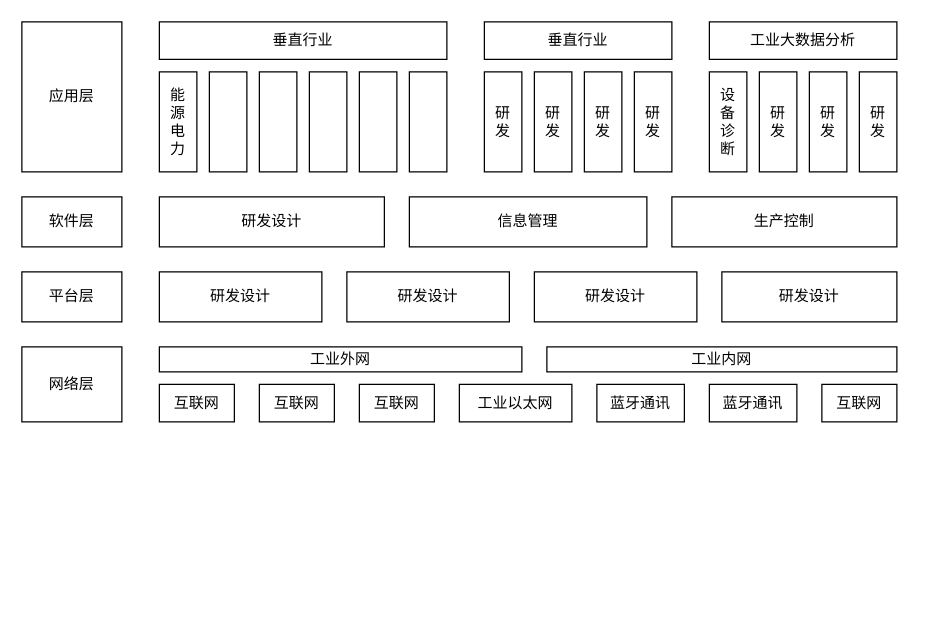
This is draw.io/Untitled Diagram.drawio from Peiiii/notes, a draw.io file, before an edit. Source tidied: cells renumbered, new cells numbered last; positions are measured from the earlier drawing's top-left corner, leaving out a move shared by most shapes. Both pictures are drawn from the tidied source at 125%, with x=0, y=0 at pixel (21, 21).
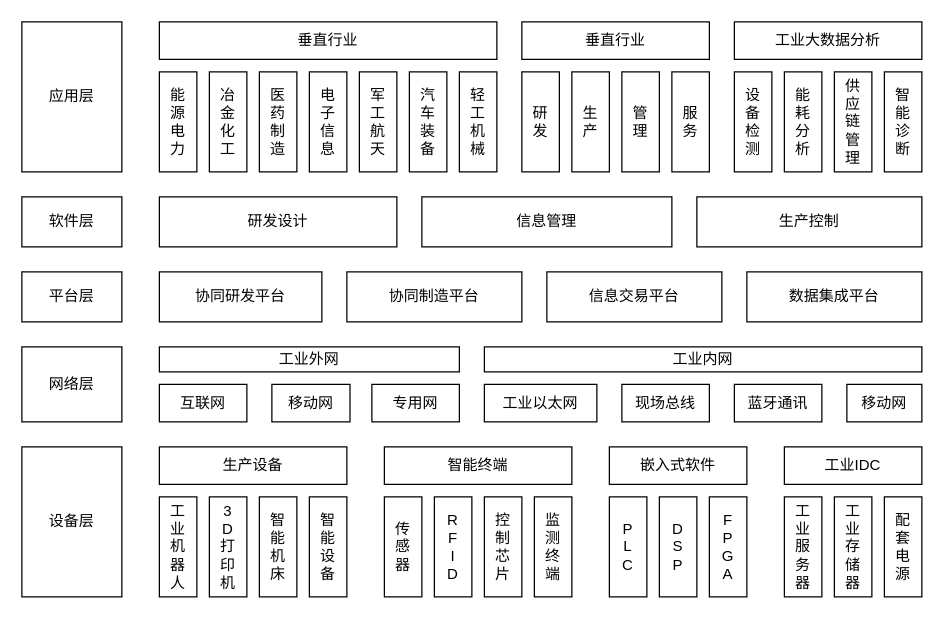
After the change.

The edit, as a diff of the source:
```diff
@@
     <mxCell id="3" value="垂直行业" style="rounded=0;whiteSpace=wrap;html=1;" parent="1" vertex="1">
-      <mxGeometry x="110" width="230" height="30" as="geometry" />
+      <mxGeometry x="110" width="270" height="30" as="geometry" />
     </mxCell>
     <mxCell id="4" value="垂直行业" style="rounded=0;whiteSpace=wrap;html=1;" parent="1" vertex="1">
-      <mxGeometry x="370" width="150" height="30" as="geometry" />
+      <mxGeometry x="400" width="150" height="30" as="geometry" />
     </mxCell>
@@
-    <mxCell id="6" style="rounded=0;whiteSpace=wrap;html=1;" parent="1" vertex="1">
+    <mxCell id="6" value="冶&lt;br&gt;金&lt;br&gt;化&lt;br&gt;工" style="rounded=0;whiteSpace=wrap;html=1;" parent="1" vertex="1">
       <mxGeometry x="150" y="40" width="30" height="80" as="geometry" />
     </mxCell>
-    <mxCell id="7" style="rounded=0;whiteSpace=wrap;html=1;" parent="1" vertex="1">
+    <mxCell id="7" value="医&lt;br&gt;药&lt;br&gt;制&lt;br&gt;造" style="rounded=0;whiteSpace=wrap;html=1;" parent="1" vertex="1">
       <mxGeometry x="190" y="40" width="30" height="80" as="geometry" />
     </mxCell>
-    <mxCell id="8" style="rounded=0;whiteSpace=wrap;html=1;" parent="1" vertex="1">
+    <mxCell id="8" value="电&lt;br&gt;子&lt;br&gt;信&lt;br&gt;息" style="rounded=0;whiteSpace=wrap;html=1;" parent="1" vertex="1">
       <mxGeometry x="230" y="40" width="30" height="80" as="geometry" />
     </mxCell>
-    <mxCell id="9" style="rounded=0;whiteSpace=wrap;html=1;" parent="1" vertex="1">
+    <mxCell id="9" value="军&lt;br&gt;工&lt;br&gt;航&lt;br&gt;天" style="rounded=0;whiteSpace=wrap;html=1;" parent="1" vertex="1">
       <mxGeometry x="270" y="40" width="30" height="80" as="geometry" />
     </mxCell>
-    <mxCell id="10" style="rounded=0;whiteSpace=wrap;html=1;" parent="1" vertex="1">
+    <mxCell id="10" value="汽&lt;br&gt;车&lt;br&gt;装&lt;br&gt;备" style="rounded=0;whiteSpace=wrap;html=1;" parent="1" vertex="1">
       <mxGeometry x="310" y="40" width="30" height="80" as="geometry" />
     </mxCell>
     <mxCell id="11" value="研&lt;br&gt;发" style="rounded=0;whiteSpace=wrap;html=1;" parent="1" vertex="1">
-      <mxGeometry x="370" y="40" width="30" height="80" as="geometry" />
+      <mxGeometry x="400" y="40" width="30" height="80" as="geometry" />
     </mxCell>
-    <mxCell id="12" value="研&lt;br&gt;发" style="rounded=0;whiteSpace=wrap;html=1;" parent="1" vertex="1">
-      <mxGeometry x="410" y="40" width="30" height="80" as="geometry" />
+    <mxCell id="12" value="生&lt;br&gt;产" style="rounded=0;whiteSpace=wrap;html=1;" parent="1" vertex="1">
+      <mxGeometry x="440" y="40" width="30" height="80" as="geometry" />
     </mxCell>
-    <mxCell id="13" value="研&lt;br&gt;发" style="rounded=0;whiteSpace=wrap;html=1;" parent="1" vertex="1">
-      <mxGeometry x="450" y="40" width="30" height="80" as="geometry" />
+    <mxCell id="13" value="管&lt;br&gt;理" style="rounded=0;whiteSpace=wrap;html=1;" parent="1" vertex="1">
+      <mxGeometry x="480" y="40" width="30" height="80" as="geometry" />
     </mxCell>
-    <mxCell id="14" value="研&lt;br&gt;发" style="rounded=0;whiteSpace=wrap;html=1;" parent="1" vertex="1">
-      <mxGeometry x="490" y="40" width="30" height="80" as="geometry" />
+    <mxCell id="14" value="服&lt;br&gt;务" style="rounded=0;whiteSpace=wrap;html=1;" parent="1" vertex="1">
+      <mxGeometry x="520" y="40" width="30" height="80" as="geometry" />
     </mxCell>
     <mxCell id="15" value="工业大数据分析" style="rounded=0;whiteSpace=wrap;html=1;" parent="1" vertex="1">
-      <mxGeometry x="550" width="150" height="30" as="geometry" />
+      <mxGeometry x="570" width="150" height="30" as="geometry" />
     </mxCell>
-    <mxCell id="16" value="设&lt;br&gt;备&lt;br&gt;诊&lt;br&gt;断" style="rounded=0;whiteSpace=wrap;html=1;" parent="1" vertex="1">
-      <mxGeometry x="550" y="40" width="30" height="80" as="geometry" />
+    <mxCell id="16" value="设&lt;br&gt;备&lt;br&gt;检&lt;br&gt;测" style="rounded=0;whiteSpace=wrap;html=1;" parent="1" vertex="1">
+      <mxGeometry x="570" y="40" width="30" height="80" as="geometry" />
     </mxCell>
-    <mxCell id="17" value="研&lt;br&gt;发" style="rounded=0;whiteSpace=wrap;html=1;" parent="1" vertex="1">
-      <mxGeometry x="590" y="40" width="30" height="80" as="geometry" />
+    <mxCell id="17" value="能&lt;br&gt;耗&lt;br&gt;分&lt;br&gt;析" style="rounded=0;whiteSpace=wrap;html=1;" parent="1" vertex="1">
+      <mxGeometry x="610" y="40" width="30" height="80" as="geometry" />
     </mxCell>
-    <mxCell id="18" value="研&lt;br&gt;发" style="rounded=0;whiteSpace=wrap;html=1;" parent="1" vertex="1">
-      <mxGeometry x="630" y="40" width="30" height="80" as="geometry" />
+    <mxCell id="18" value="供&lt;br&gt;应&lt;br&gt;链&lt;br&gt;管&lt;br&gt;理" style="rounded=0;whiteSpace=wrap;html=1;" parent="1" vertex="1">
+      <mxGeometry x="650" y="40" width="30" height="80" as="geometry" />
     </mxCell>
-    <mxCell id="19" value="研&lt;br&gt;发" style="rounded=0;whiteSpace=wrap;html=1;" parent="1" vertex="1">
-      <mxGeometry x="670" y="40" width="30" height="80" as="geometry" />
+    <mxCell id="19" value="智&lt;br&gt;能&lt;br&gt;诊&lt;br&gt;断" style="rounded=0;whiteSpace=wrap;html=1;" parent="1" vertex="1">
+      <mxGeometry x="690" y="40" width="30" height="80" as="geometry" />
     </mxCell>
@@
     <mxCell id="22" value="研发设计" style="rounded=0;whiteSpace=wrap;html=1;" parent="1" vertex="1">
-      <mxGeometry x="110" y="140" width="180" height="40" as="geometry" />
+      <mxGeometry x="110" y="140" width="190" height="40" as="geometry" />
     </mxCell>
     <mxCell id="23" value="信息管理" style="rounded=0;whiteSpace=wrap;html=1;" parent="1" vertex="1">
-      <mxGeometry x="310" y="140" width="190" height="40" as="geometry" />
+      <mxGeometry x="320" y="140" width="200" height="40" as="geometry" />
     </mxCell>
     <mxCell id="24" value="生产控制" style="rounded=0;whiteSpace=wrap;html=1;" parent="1" vertex="1">
-      <mxGeometry x="520" y="140" width="180" height="40" as="geometry" />
+      <mxGeometry x="540" y="140" width="180" height="40" as="geometry" />
     </mxCell>
@@
-    <mxCell id="27" value="研发设计" style="rounded=0;whiteSpace=wrap;html=1;" parent="1" vertex="1">
+    <mxCell id="27" value="协同研发平台" style="rounded=0;whiteSpace=wrap;html=1;" parent="1" vertex="1">
       <mxGeometry x="110" y="200" width="130" height="40" as="geometry" />
     </mxCell>
-    <mxCell id="28" value="研发设计" style="rounded=0;whiteSpace=wrap;html=1;" parent="1" vertex="1">
-      <mxGeometry x="260" y="200" width="130" height="40" as="geometry" />
+    <mxCell id="28" value="协同制造平台" style="rounded=0;whiteSpace=wrap;html=1;" parent="1" vertex="1">
+      <mxGeometry x="260" y="200" width="140" height="40" as="geometry" />
     </mxCell>
-    <mxCell id="29" value="研发设计" style="rounded=0;whiteSpace=wrap;html=1;" parent="1" vertex="1">
-      <mxGeometry x="410" y="200" width="130" height="40" as="geometry" />
+    <mxCell id="29" value="信息交易平台" style="rounded=0;whiteSpace=wrap;html=1;" parent="1" vertex="1">
+      <mxGeometry x="420" y="200" width="140" height="40" as="geometry" />
     </mxCell>
-    <mxCell id="30" value="研发设计" style="rounded=0;whiteSpace=wrap;html=1;" parent="1" vertex="1">
-      <mxGeometry x="560" y="200" width="140" height="40" as="geometry" />
+    <mxCell id="30" value="数据集成平台" style="rounded=0;whiteSpace=wrap;html=1;" parent="1" vertex="1">
+      <mxGeometry x="580" y="200" width="140" height="40" as="geometry" />
     </mxCell>
@@
     <mxCell id="32" value="工业外网" style="rounded=0;whiteSpace=wrap;html=1;" parent="1" vertex="1">
-      <mxGeometry x="110" y="260" width="290" height="20" as="geometry" />
+      <mxGeometry x="110" y="260" width="240" height="20" as="geometry" />
     </mxCell>
     <mxCell id="33" value="工业内网" style="rounded=0;whiteSpace=wrap;html=1;" parent="1" vertex="1">
-      <mxGeometry x="420" y="260" width="280" height="20" as="geometry" />
+      <mxGeometry x="370" y="260" width="350" height="20" as="geometry" />
     </mxCell>
     <mxCell id="34" value="互联网" style="rounded=0;whiteSpace=wrap;html=1;" parent="1" vertex="1">
-      <mxGeometry x="110" y="290" width="60" height="30" as="geometry" />
+      <mxGeometry x="110" y="290" width="70" height="30" as="geometry" />
     </mxCell>
-    <mxCell id="35" value="互联网" style="rounded=0;whiteSpace=wrap;html=1;" parent="1" vertex="1">
-      <mxGeometry x="190" y="290" width="60" height="30" as="geometry" />
+    <mxCell id="35" value="移动网" style="rounded=0;whiteSpace=wrap;html=1;" parent="1" vertex="1">
+      <mxGeometry x="200" y="290" width="62.5" height="30" as="geometry" />
     </mxCell>
-    <mxCell id="36" value="互联网" style="rounded=0;whiteSpace=wrap;html=1;" parent="1" vertex="1">
-      <mxGeometry x="270" y="290" width="60" height="30" as="geometry" />
+    <mxCell id="36" value="专用网" style="rounded=0;whiteSpace=wrap;html=1;" parent="1" vertex="1">
+      <mxGeometry x="280" y="290" width="70" height="30" as="geometry" />
     </mxCell>
-    <mxCell id="37" value="互联网" style="rounded=0;whiteSpace=wrap;html=1;" parent="1" vertex="1">
-      <mxGeometry x="640" y="290" width="60" height="30" as="geometry" />
+    <mxCell id="37" value="移动网" style="rounded=0;whiteSpace=wrap;html=1;" parent="1" vertex="1">
+      <mxGeometry x="660" y="290" width="60" height="30" as="geometry" />
     </mxCell>
     <mxCell id="38" value="蓝牙通讯" style="rounded=0;whiteSpace=wrap;html=1;" parent="1" vertex="1">
-      <mxGeometry x="550" y="290" width="70" height="30" as="geometry" />
+      <mxGeometry x="570" y="290" width="70" height="30" as="geometry" />
     </mxCell>
-    <mxCell id="39" value="蓝牙通讯" style="rounded=0;whiteSpace=wrap;html=1;" parent="1" vertex="1">
-      <mxGeometry x="460" y="290" width="70" height="30" as="geometry" />
+    <mxCell id="39" value="现场总线" style="rounded=0;whiteSpace=wrap;html=1;" parent="1" vertex="1">
+      <mxGeometry x="480" y="290" width="70" height="30" as="geometry" />
     </mxCell>
     <mxCell id="40" value="工业以太网" style="rounded=0;whiteSpace=wrap;html=1;" parent="1" vertex="1">
-      <mxGeometry x="350" y="290" width="90" height="30" as="geometry" />
+      <mxGeometry x="370" y="290" width="90" height="30" as="geometry" />
     </mxCell>
+    <mxCell id="41" value="设备层" style="rounded=0;whiteSpace=wrap;html=1;" parent="1" vertex="1">
+      <mxGeometry y="340" width="80" height="120" as="geometry" />
+    </mxCell>
+    <mxCell id="42" value="生产设备" style="rounded=0;whiteSpace=wrap;html=1;" parent="1" vertex="1">
+      <mxGeometry x="110" y="340" width="150" height="30" as="geometry" />
+    </mxCell>
+    <mxCell id="43" value="工&lt;br&gt;业&lt;br&gt;机&lt;br&gt;器&lt;br&gt;人" style="rounded=0;whiteSpace=wrap;html=1;" parent="1" vertex="1">
+      <mxGeometry x="110" y="380" width="30" height="80" as="geometry" />
+    </mxCell>
+    <mxCell id="44" value="3&lt;br&gt;D&lt;br&gt;打&lt;br&gt;印&lt;br&gt;机" style="rounded=0;whiteSpace=wrap;html=1;" parent="1" vertex="1">
+      <mxGeometry x="150" y="380" width="30" height="80" as="geometry" />
+    </mxCell>
+    <mxCell id="45" value="智&lt;br&gt;能&lt;br&gt;机&lt;br&gt;床" style="rounded=0;whiteSpace=wrap;html=1;" parent="1" vertex="1">
+      <mxGeometry x="190" y="380" width="30" height="80" as="geometry" />
+    </mxCell>
+    <mxCell id="46" value="智&lt;br&gt;能&lt;br&gt;设&lt;br&gt;备" style="rounded=0;whiteSpace=wrap;html=1;" parent="1" vertex="1">
+      <mxGeometry x="230" y="380" width="30" height="80" as="geometry" />
+    </mxCell>
+    <mxCell id="47" value="传&lt;br&gt;感&lt;br&gt;器" style="rounded=0;whiteSpace=wrap;html=1;" parent="1" vertex="1">
+      <mxGeometry x="290" y="380" width="30" height="80" as="geometry" />
+    </mxCell>
+    <mxCell id="48" value="R&lt;br&gt;F&lt;br&gt;I&lt;br&gt;D" style="rounded=0;whiteSpace=wrap;html=1;" parent="1" vertex="1">
+      <mxGeometry x="330" y="380" width="30" height="80" as="geometry" />
+    </mxCell>
+    <mxCell id="49" value="控&lt;br&gt;制&lt;br&gt;芯&lt;br&gt;片" style="rounded=0;whiteSpace=wrap;html=1;" parent="1" vertex="1">
+      <mxGeometry x="370" y="380" width="30" height="80" as="geometry" />
+    </mxCell>
+    <mxCell id="50" value="监&lt;br&gt;测&lt;br&gt;终&lt;br&gt;端" style="rounded=0;whiteSpace=wrap;html=1;" parent="1" vertex="1">
+      <mxGeometry x="410" y="380" width="30" height="80" as="geometry" />
+    </mxCell>
+    <mxCell id="51" value="P&lt;br&gt;L&lt;br&gt;C" style="rounded=0;whiteSpace=wrap;html=1;" parent="1" vertex="1">
+      <mxGeometry x="470" y="380" width="30" height="80" as="geometry" />
+    </mxCell>
+    <mxCell id="52" value="D&lt;br&gt;S&lt;br&gt;P" style="rounded=0;whiteSpace=wrap;html=1;" parent="1" vertex="1">
+      <mxGeometry x="510" y="380" width="30" height="80" as="geometry" />
+    </mxCell>
+    <mxCell id="53" value="F&lt;br&gt;P&lt;br&gt;G&lt;br&gt;A" style="rounded=0;whiteSpace=wrap;html=1;" parent="1" vertex="1">
+      <mxGeometry x="550" y="380" width="30" height="80" as="geometry" />
+    </mxCell>
+    <mxCell id="54" value="工&lt;br&gt;业&lt;br&gt;服&lt;br&gt;务&lt;br&gt;器" style="rounded=0;whiteSpace=wrap;html=1;" parent="1" vertex="1">
+      <mxGeometry x="610" y="380" width="30" height="80" as="geometry" />
+    </mxCell>
+    <mxCell id="55" value="工&lt;br&gt;业&lt;br&gt;存&lt;br&gt;储&lt;br&gt;器" style="rounded=0;whiteSpace=wrap;html=1;" parent="1" vertex="1">
+      <mxGeometry x="650" y="380" width="30" height="80" as="geometry" />
+    </mxCell>
+    <mxCell id="56" value="配&lt;br&gt;套&lt;br&gt;电&lt;br&gt;源" style="rounded=0;whiteSpace=wrap;html=1;" parent="1" vertex="1">
+      <mxGeometry x="690" y="380" width="30" height="80" as="geometry" />
+    </mxCell>
+    <mxCell id="57" value="智能终端" style="rounded=0;whiteSpace=wrap;html=1;" parent="1" vertex="1">
+      <mxGeometry x="290" y="340" width="150" height="30" as="geometry" />
+    </mxCell>
+    <mxCell id="58" value="嵌入式软件" style="rounded=0;whiteSpace=wrap;html=1;" parent="1" vertex="1">
+      <mxGeometry x="470" y="340" width="110" height="30" as="geometry" />
+    </mxCell>
+    <mxCell id="59" value="工业IDC" style="rounded=0;whiteSpace=wrap;html=1;" parent="1" vertex="1">
+      <mxGeometry x="610" y="340" width="110" height="30" as="geometry" />
+    </mxCell>
+    <mxCell id="60" value="轻&lt;br&gt;工&lt;br&gt;机&lt;br&gt;械" style="rounded=0;whiteSpace=wrap;html=1;" parent="1" vertex="1">
+      <mxGeometry x="350" y="40" width="30" height="80" as="geometry" />
+    </mxCell>
+    <mxCell id="61" style="edgeStyle=orthogonalEdgeStyle;rounded=0;orthogonalLoop=1;jettySize=auto;html=1;exitX=0.5;exitY=1;exitDx=0;exitDy=0;" parent="1" edge="1" source="40" target="40">
+      <mxGeometry relative="1" as="geometry" />
+    </mxCell>
+    <mxCell id="62" style="edgeStyle=orthogonalEdgeStyle;rounded=0;orthogonalLoop=1;jettySize=auto;html=1;exitX=0.5;exitY=1;exitDx=0;exitDy=0;" parent="1" edge="1" source="36" target="36">
+      <mxGeometry relative="1" as="geometry" />
+    </mxCell>
```
